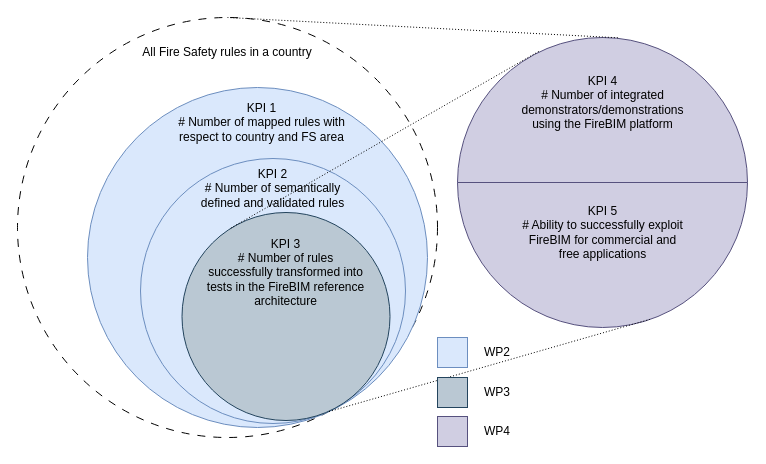
Kristoffernegendahl/fireBIM keeps this draw.io diagram as diagram/KPI-relationships.drawio. Above is the earlier version. Source tidied: cells renumbered, new cells numbered last; positions are measured from the earlier drawing's top-left corner, leaving out a move shared by most shapes. Both pictures are drawn from the tidied source at 100%, with x=0, y=0 at pixel (17, 17).
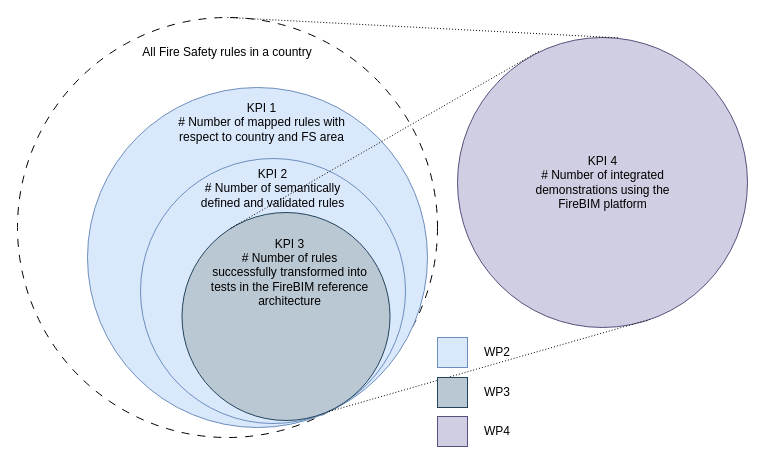
After the change.

Unchanged cells that the change refers to:
```xml
<mxCell id="10" style="ellipse;whiteSpace=wrap;html=1;fillColor=#d0cee2;strokeColor=#56517e;" parent="1" vertex="1">
  <mxGeometry x="440" y="20" width="290" height="290" as="geometry" />
</mxCell>
```

Diff of the diagram source:
```diff
@@
     <mxCell id="9" value="KPI 3&lt;br&gt;# Number of rules successfully transformed into tests in the FireBIM&amp;nbsp;reference architecture" style="text;html=1;align=center;verticalAlign=middle;whiteSpace=wrap;rounded=0;" parent="1" vertex="1">
-      <mxGeometry x="186" y="240" width="165" height="30" as="geometry" />
+      <mxGeometry x="190" y="240" width="165" height="30" as="geometry" />
     </mxCell>
@@
-    <mxCell id="16" value="KPI 4&lt;br&gt;# Number of integrated demonstrators/demonstrations using the FireBIM platform" style="text;html=1;align=center;verticalAlign=middle;whiteSpace=wrap;rounded=0;" parent="1" vertex="1">
-      <mxGeometry x="502.5" y="70" width="165" height="30" as="geometry" />
+    <mxCell id="16" value="KPI 4&lt;br&gt;# Number of integrated demonstrations using the FireBIM platform" style="text;html=1;align=center;verticalAlign=middle;whiteSpace=wrap;rounded=0;" parent="1" vertex="1">
+      <mxGeometry x="502.5" y="150" width="165" height="30" as="geometry" />
     </mxCell>
-    <mxCell id="17" value="KPI 5&lt;br&gt;# Ability to successfully exploit FireBIM for commercial and free applications" style="text;html=1;align=center;verticalAlign=middle;whiteSpace=wrap;rounded=0;" parent="1" vertex="1">
-      <mxGeometry x="502.5" y="200" width="165" height="30" as="geometry" />
-    </mxCell>
@@
-    <mxCell id="22" style="endArrow=none;html=1;rounded=0;entryX=0;entryY=0.5;entryDx=0;entryDy=0;exitX=1;exitY=0.5;exitDx=0;exitDy=0;fillColor=#d0cee2;strokeColor=#56517e;" parent="1" edge="1" source="10" target="10">
-      <mxGeometry relative="1" as="geometry" />
-    </mxCell>
```
